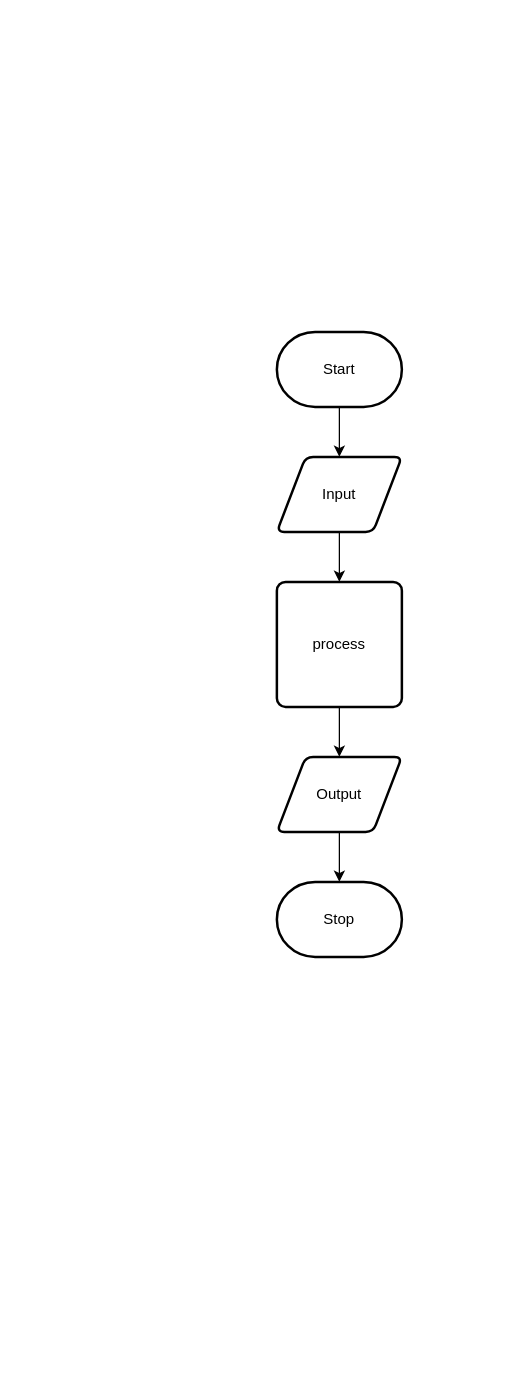
Above: design/flow-chart.drawio in ashley-monaghan/rough-copy (draw.io), before the change. Source tidied: cells renumbered, new cells numbered last; positions are measured from the earlier drawing's top-left corner, leaving out a move shared by most shapes. Both pictures are drawn from the tidied source at 125%, with x=0, y=0 at pixel (276, 331).
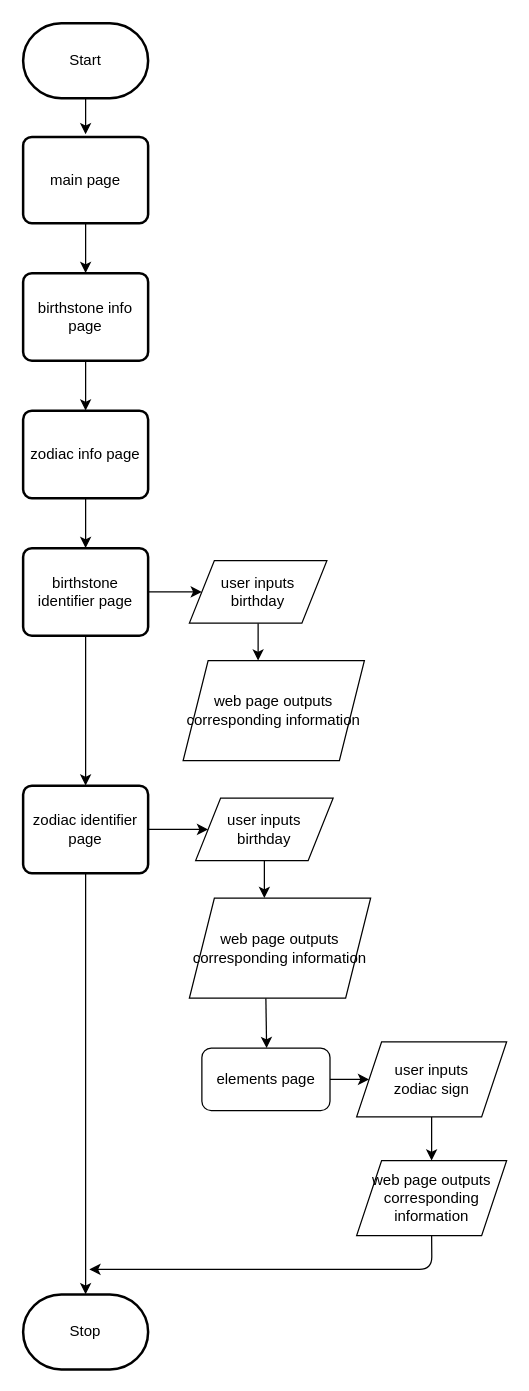
Above is the later version.

Diff of the diagram source:
```diff
@@
-    <mxCell id="2" style="edgeStyle=none;html=1;" parent="1" edge="1" source="3" target="5">
-      <mxGeometry relative="1" as="geometry" />
+    <mxCell id="2" style="edgeStyle=none;html=1;" parent="1" edge="1" source="3">
+      <mxGeometry relative="1" as="geometry">
+        <mxPoint x="-153" y="-158" as="targetPoint" />
+      </mxGeometry>
     </mxCell>
     <mxCell id="3" value="Start" style="strokeWidth=2;html=1;shape=mxgraph.flowchart.terminator;whiteSpace=wrap;" parent="1" vertex="1">
-      <mxGeometry width="100" height="60" as="geometry" />
+      <mxGeometry x="-203" y="-247" width="100" height="60" as="geometry" />
     </mxCell>
-    <mxCell id="4" style="edgeStyle=none;html=1;" parent="1" edge="1" source="5" target="7">
-      <mxGeometry relative="1" as="geometry" />
-    </mxCell>
-    <mxCell id="5" value="Input" style="shape=parallelogram;html=1;strokeWidth=2;perimeter=parallelogramPerimeter;whiteSpace=wrap;rounded=1;arcSize=12;size=0.23;" parent="1" vertex="1">
-      <mxGeometry y="100" width="100" height="60" as="geometry" />
-    </mxCell>
-    <mxCell id="6" style="edgeStyle=none;html=1;" parent="1" edge="1" source="7" target="9">
-      <mxGeometry relative="1" as="geometry" />
+    <mxCell id="6" style="edgeStyle=none;html=1;" parent="1" edge="1" source="7">
+      <mxGeometry relative="1" as="geometry">
+        <mxPoint x="-153" y="-47" as="targetPoint" />
+      </mxGeometry>
     </mxCell>
-    <mxCell id="7" value="process" style="rounded=1;whiteSpace=wrap;html=1;absoluteArcSize=1;arcSize=14;strokeWidth=2;" parent="1" vertex="1">
-      <mxGeometry y="200" width="100" height="100" as="geometry" />
+    <mxCell id="7" value="main page" style="rounded=1;whiteSpace=wrap;html=1;absoluteArcSize=1;arcSize=14;strokeWidth=2;" parent="1" vertex="1">
+      <mxGeometry x="-203" y="-156" width="100" height="69" as="geometry" />
     </mxCell>
-    <mxCell id="8" style="edgeStyle=none;html=1;" parent="1" edge="1" source="9" target="10">
+    <mxCell id="8" style="edgeStyle=none;html=1;exitX=0.5;exitY=1;exitDx=0;exitDy=0;" parent="1" edge="1" source="29" target="10">
       <mxGeometry relative="1" as="geometry" />
     </mxCell>
-    <mxCell id="9" value="Output" style="shape=parallelogram;html=1;strokeWidth=2;perimeter=parallelogramPerimeter;whiteSpace=wrap;rounded=1;arcSize=12;size=0.23;" parent="1" vertex="1">
-      <mxGeometry y="340" width="100" height="60" as="geometry" />
-    </mxCell>
     <mxCell id="10" value="Stop" style="strokeWidth=2;html=1;shape=mxgraph.flowchart.terminator;whiteSpace=wrap;" parent="1" vertex="1">
-      <mxGeometry y="440" width="100" height="60" as="geometry" />
+      <mxGeometry x="-203" y="770" width="100" height="60" as="geometry" />
     </mxCell>
+    <mxCell id="11" style="edgeStyle=none;html=1;exitX=0.5;exitY=1;exitDx=0;exitDy=0;entryX=0.5;entryY=0;entryDx=0;entryDy=0;" parent="1" edge="1" source="12" target="14">
+      <mxGeometry relative="1" as="geometry" />
+    </mxCell>
+    <mxCell id="12" value="birthstone info page" style="rounded=1;whiteSpace=wrap;html=1;absoluteArcSize=1;arcSize=14;strokeWidth=2;" parent="1" vertex="1">
+      <mxGeometry x="-203" y="-47" width="100" height="70" as="geometry" />
+    </mxCell>
+    <mxCell id="13" style="edgeStyle=none;html=1;exitX=0.5;exitY=1;exitDx=0;exitDy=0;entryX=0.5;entryY=0;entryDx=0;entryDy=0;" parent="1" edge="1" source="14" target="17">
+      <mxGeometry relative="1" as="geometry" />
+    </mxCell>
+    <mxCell id="14" value="zodiac info page" style="rounded=1;whiteSpace=wrap;html=1;absoluteArcSize=1;arcSize=14;strokeWidth=2;" parent="1" vertex="1">
+      <mxGeometry x="-203" y="63" width="100" height="70" as="geometry" />
+    </mxCell>
+    <mxCell id="15" style="edgeStyle=none;html=1;exitX=1;exitY=0.5;exitDx=0;exitDy=0;" parent="1" edge="1" source="17">
+      <mxGeometry relative="1" as="geometry">
+        <mxPoint x="-60" y="208" as="targetPoint" />
+      </mxGeometry>
+    </mxCell>
+    <mxCell id="16" style="edgeStyle=none;html=1;exitX=0.5;exitY=1;exitDx=0;exitDy=0;" parent="1" edge="1" source="17">
+      <mxGeometry relative="1" as="geometry">
+        <mxPoint x="-153" y="363" as="targetPoint" />
+      </mxGeometry>
+    </mxCell>
+    <mxCell id="17" value="birthstone identifier page" style="rounded=1;whiteSpace=wrap;html=1;absoluteArcSize=1;arcSize=14;strokeWidth=2;" parent="1" vertex="1">
+      <mxGeometry x="-203" y="173" width="100" height="70" as="geometry" />
+    </mxCell>
+    <mxCell id="18" style="edgeStyle=none;html=1;exitX=0.5;exitY=1;exitDx=0;exitDy=0;" parent="1" edge="1" source="19">
+      <mxGeometry relative="1" as="geometry">
+        <mxPoint x="-15" y="263" as="targetPoint" />
+      </mxGeometry>
+    </mxCell>
+    <mxCell id="19" value="user inputs &lt;br&gt;birthday" style="shape=parallelogram;perimeter=parallelogramPerimeter;whiteSpace=wrap;html=1;fixedSize=1;" parent="1" vertex="1">
+      <mxGeometry x="-70" y="183" width="110" height="50" as="geometry" />
+    </mxCell>
+    <mxCell id="20" style="edgeStyle=none;html=1;exitX=0.5;exitY=1;exitDx=0;exitDy=0;" parent="1" edge="1">
+      <mxGeometry relative="1" as="geometry">
+        <mxPoint x="-8.8" y="533" as="sourcePoint" />
+        <mxPoint x="-8.2" y="573" as="targetPoint" />
+      </mxGeometry>
+    </mxCell>
+    <mxCell id="21" value="web page outputs corresponding information" style="shape=parallelogram;perimeter=parallelogramPerimeter;whiteSpace=wrap;html=1;fixedSize=1;" parent="1" vertex="1">
+      <mxGeometry x="-75" y="263" width="145" height="80" as="geometry" />
+    </mxCell>
+    <mxCell id="22" style="edgeStyle=none;html=1;exitX=1;exitY=0.5;exitDx=0;exitDy=0;" parent="1" edge="1" source="23">
+      <mxGeometry relative="1" as="geometry">
+        <mxPoint x="73.8" y="598" as="targetPoint" />
+      </mxGeometry>
+    </mxCell>
+    <mxCell id="23" value="elements page" style="rounded=1;whiteSpace=wrap;html=1;" parent="1" vertex="1">
+      <mxGeometry x="-60" y="573" width="102.5" height="50" as="geometry" />
+    </mxCell>
+    <mxCell id="24" style="edgeStyle=none;html=1;exitX=0.5;exitY=1;exitDx=0;exitDy=0;" parent="1" edge="1" source="25">
+      <mxGeometry relative="1" as="geometry">
+        <mxPoint x="123.8" y="663" as="targetPoint" />
+      </mxGeometry>
+    </mxCell>
+    <mxCell id="25" value="user inputs &lt;br&gt;zodiac sign" style="shape=parallelogram;perimeter=parallelogramPerimeter;whiteSpace=wrap;html=1;fixedSize=1;" parent="1" vertex="1">
+      <mxGeometry x="63.8" y="568" width="120" height="60" as="geometry" />
+    </mxCell>
+    <mxCell id="26" style="edgeStyle=none;html=1;exitX=0.5;exitY=1;exitDx=0;exitDy=0;" parent="1" edge="1" source="27">
+      <mxGeometry relative="1" as="geometry">
+        <mxPoint x="-150" y="750" as="targetPoint" />
+        <Array as="points">
+          <mxPoint x="124" y="750" />
+        </Array>
+      </mxGeometry>
+    </mxCell>
+    <mxCell id="27" value="web page outputs corresponding information" style="shape=parallelogram;perimeter=parallelogramPerimeter;whiteSpace=wrap;html=1;fixedSize=1;" parent="1" vertex="1">
+      <mxGeometry x="63.8" y="663" width="120" height="60" as="geometry" />
+    </mxCell>
+    <mxCell id="28" style="edgeStyle=none;html=1;exitX=1;exitY=0.5;exitDx=0;exitDy=0;entryX=0;entryY=0.5;entryDx=0;entryDy=0;" parent="1" edge="1" source="29" target="31">
+      <mxGeometry relative="1" as="geometry" />
+    </mxCell>
+    <mxCell id="29" value="zodiac identifier page" style="rounded=1;whiteSpace=wrap;html=1;absoluteArcSize=1;arcSize=14;strokeWidth=2;" parent="1" vertex="1">
+      <mxGeometry x="-203" y="363" width="100" height="70" as="geometry" />
+    </mxCell>
+    <mxCell id="30" style="edgeStyle=none;html=1;exitX=0.5;exitY=1;exitDx=0;exitDy=0;" parent="1" edge="1" source="31">
+      <mxGeometry relative="1" as="geometry">
+        <mxPoint x="-10" y="453" as="targetPoint" />
+      </mxGeometry>
+    </mxCell>
+    <mxCell id="31" value="user inputs &lt;br&gt;birthday" style="shape=parallelogram;perimeter=parallelogramPerimeter;whiteSpace=wrap;html=1;fixedSize=1;" parent="1" vertex="1">
+      <mxGeometry x="-65" y="373" width="110" height="50" as="geometry" />
+    </mxCell>
+    <mxCell id="32" value="web page outputs corresponding information" style="shape=parallelogram;perimeter=parallelogramPerimeter;whiteSpace=wrap;html=1;fixedSize=1;" parent="1" vertex="1">
+      <mxGeometry x="-70" y="453" width="145" height="80" as="geometry" />
+    </mxCell>
```
